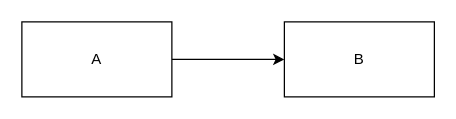
This is Untitled Diagram.drawio from user-test/diagrams, a draw.io file, before an edit. Source tidied: cells renumbered, new cells numbered last; positions are measured from the earlier drawing's top-left corner, leaving out a move shared by most shapes. Both pictures are drawn from the tidied source at 125%, with x=0, y=0 at pixel (21, 21).
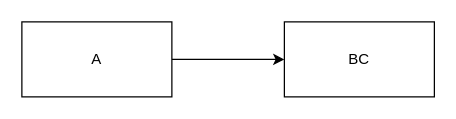
The same diagram, later.

Change to the diagram source:
```diff
@@
 <mxGraphModel>
   <root>
     <mxCell id="0" />
     <mxCell id="1" parent="0" />
     <mxCell id="2" style="edgeStyle=orthogonalEdgeStyle;rounded=0;jettySize=auto;html=1;" parent="1" edge="1" source="3" target="4">
       <mxGeometry relative="1" as="geometry" />
     </mxCell>
     <mxCell id="3" value="A" style="rounded=0;whiteSpace=wrap;html=1;" parent="1" vertex="1">
       <mxGeometry width="120" height="60" as="geometry" />
     </mxCell>
-    <mxCell id="4" value="B" style="rounded=0;whiteSpace=wrap;html=1;" parent="1" vertex="1">
+    <mxCell id="4" value="BC&lt;br&gt;" style="rounded=0;whiteSpace=wrap;html=1;" parent="1" vertex="1">
       <mxGeometry x="210" width="120" height="60" as="geometry" />
     </mxCell>
   </root>
 </mxGraphModel>
```
